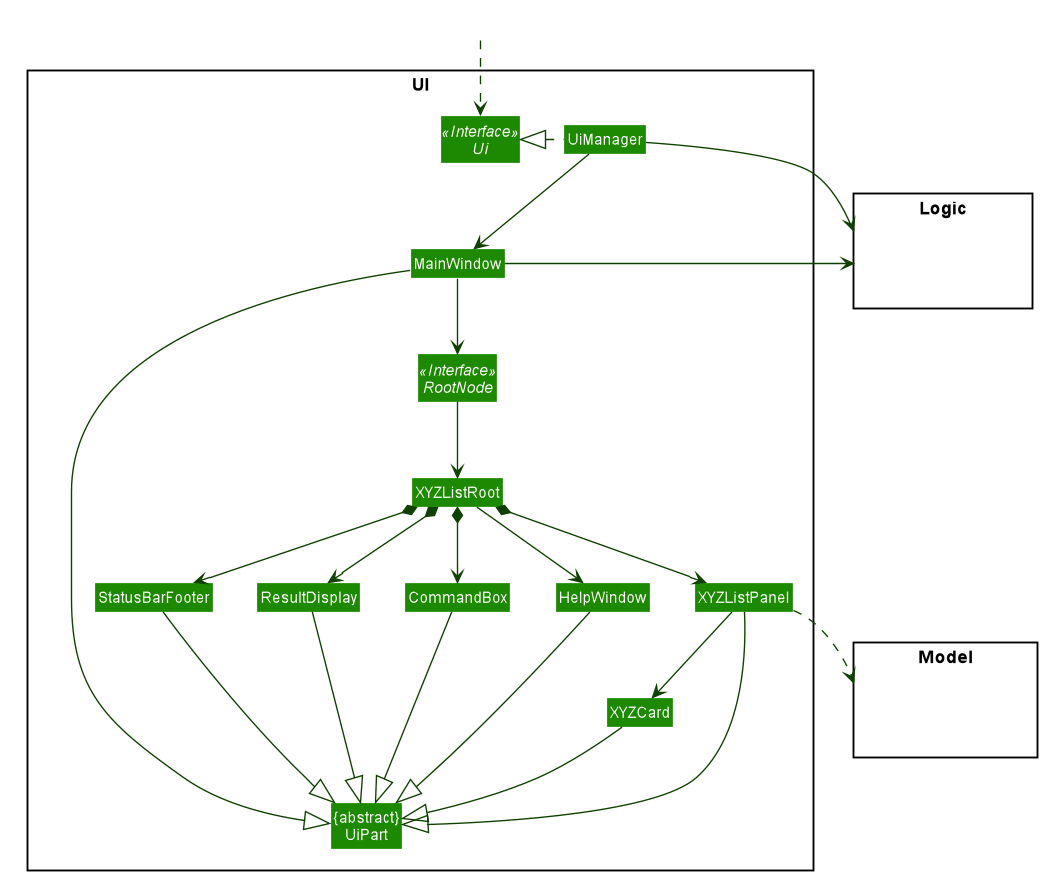
rachel170/tp keeps this PlantUML diagram as docs/images/UiClassDiagram.png. Above is the earlier version. Its diagram source:
```plantuml
@startuml








skinparam BackgroundColor #FFFFFFF

skinparam Shadowing false

skinparam Class {
    FontColor #FFFFFF
    BorderThickness 1
    BorderColor #FFFFFF
    StereotypeFontColor #FFFFFF
    FontName Arial
}

skinparam Actor {
    BorderColor #000000
    Color #000000
    FontName Arial
}

skinparam Sequence {
    MessageAlign center
    BoxFontSize 15
    BoxPadding 0
    BoxFontColor #FFFFFF
    FontName Arial
}

skinparam Participant {
    FontColor #FFFFFFF
    Padding 20
}

skinparam MinClassWidth 50
skinparam ParticipantPadding 10
skinparam Shadowing false
skinparam DefaultTextAlignment center
skinparam packageStyle Rectangle

hide footbox
hide members
hide circle
skinparam arrowThickness 1.1
skinparam arrowColor #0E4100
skinparam classBackgroundColor #1D8900

package UI <<Rectangle>>{
Interface Ui <<Interface>>
Class "{abstract}\nUiPart" as UiPart
Class UiManager
Class MainWindow
interface RootNode <<Interface>>
Class XYZListRoot
Class HelpWindow
Class ResultDisplay
Class XYZListPanel
Class XYZCard
Class StatusBarFooter
Class CommandBox
}

package Model <<Rectangle>> {
Class HiddenModel #FFFFFF
}

package Logic <<Rectangle>> {
Class HiddenLogic #FFFFFF
}

Class HiddenOutside #FFFFFF
HiddenOutside ..> Ui

UiManager .left.|> Ui
UiManager -down-> MainWindow
MainWindow --> RootNode
RootNode --> XYZListRoot
XYZListRoot --> HelpWindow
XYZListRoot *-down-> CommandBox
XYZListRoot *-down-> ResultDisplay
XYZListRoot *-down-> XYZListPanel
XYZListRoot *-down-> StatusBarFooter

XYZListPanel -down-> XYZCard

MainWindow -left-|> UiPart

ResultDisplay --|> UiPart
CommandBox --|> UiPart
XYZListPanel --|> UiPart
XYZCard --|> UiPart
StatusBarFooter --|> UiPart
HelpWindow -down-|> UiPart

XYZListPanel ..> Model
UiManager -right-> Logic
MainWindow -left-> Logic

XYZListPanel -[hidden]left- HelpWindow
HelpWindow -[hidden]left- CommandBox
CommandBox -[hidden]left- ResultDisplay
ResultDisplay -[hidden]left- StatusBarFooter

MainWindow -[hidden]-|> UiPart
@enduml
```
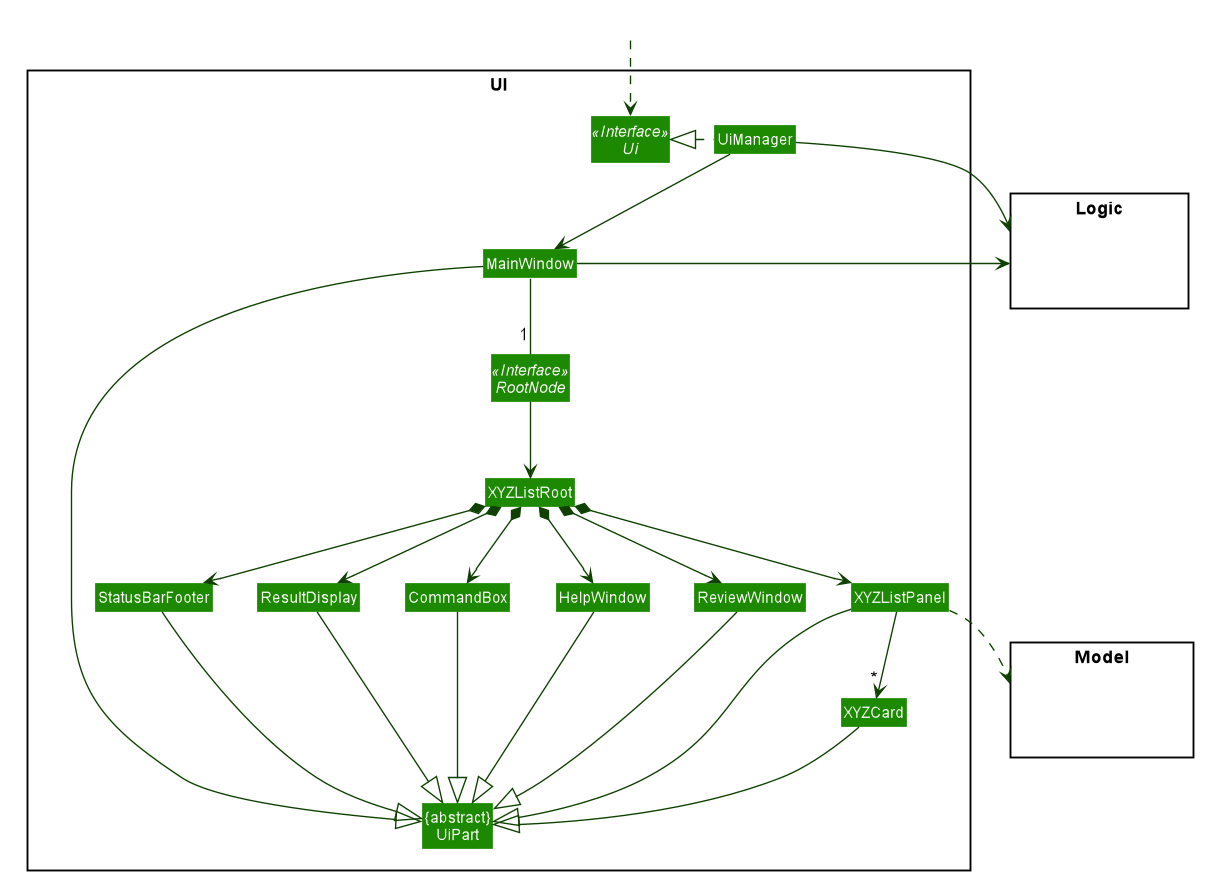
The same diagram one commit later.

Commit message:
Update UI Class Diagram and explanation for review window

The edit, as a diff of the source:
```diff
@@ -64,6 +64,7 @@
 Class XYZCard
 Class StatusBarFooter
 Class CommandBox
+Class ReviewWindow
 }
 
 package Model <<Rectangle>> {
@@ -79,15 +80,16 @@
 
 UiManager .left.|> Ui
 UiManager -down-> MainWindow
-MainWindow --> RootNode
+MainWindow  -- "1" RootNode
 RootNode --> XYZListRoot
-XYZListRoot --> HelpWindow
+XYZListRoot *-down-> ReviewWindow
+XYZListRoot *-down-> HelpWindow
 XYZListRoot *-down-> CommandBox
 XYZListRoot *-down-> ResultDisplay
 XYZListRoot *-down-> XYZListPanel
 XYZListRoot *-down-> StatusBarFooter
 
-XYZListPanel -down-> XYZCard
+XYZListPanel -down-> "*" XYZCard
 
 MainWindow -left-|> UiPart
 
@@ -97,9 +99,11 @@
 XYZCard --|> UiPart
 StatusBarFooter --|> UiPart
 HelpWindow -down-|> UiPart
+ReviewWindow --|> UiPart
 
 XYZListPanel ..> Model
 UiManager -right-> Logic
+HelpWindow -[hidden]right-> ReviewWindow
 MainWindow -left-> Logic
 
 XYZListPanel -[hidden]left- HelpWindow
```
